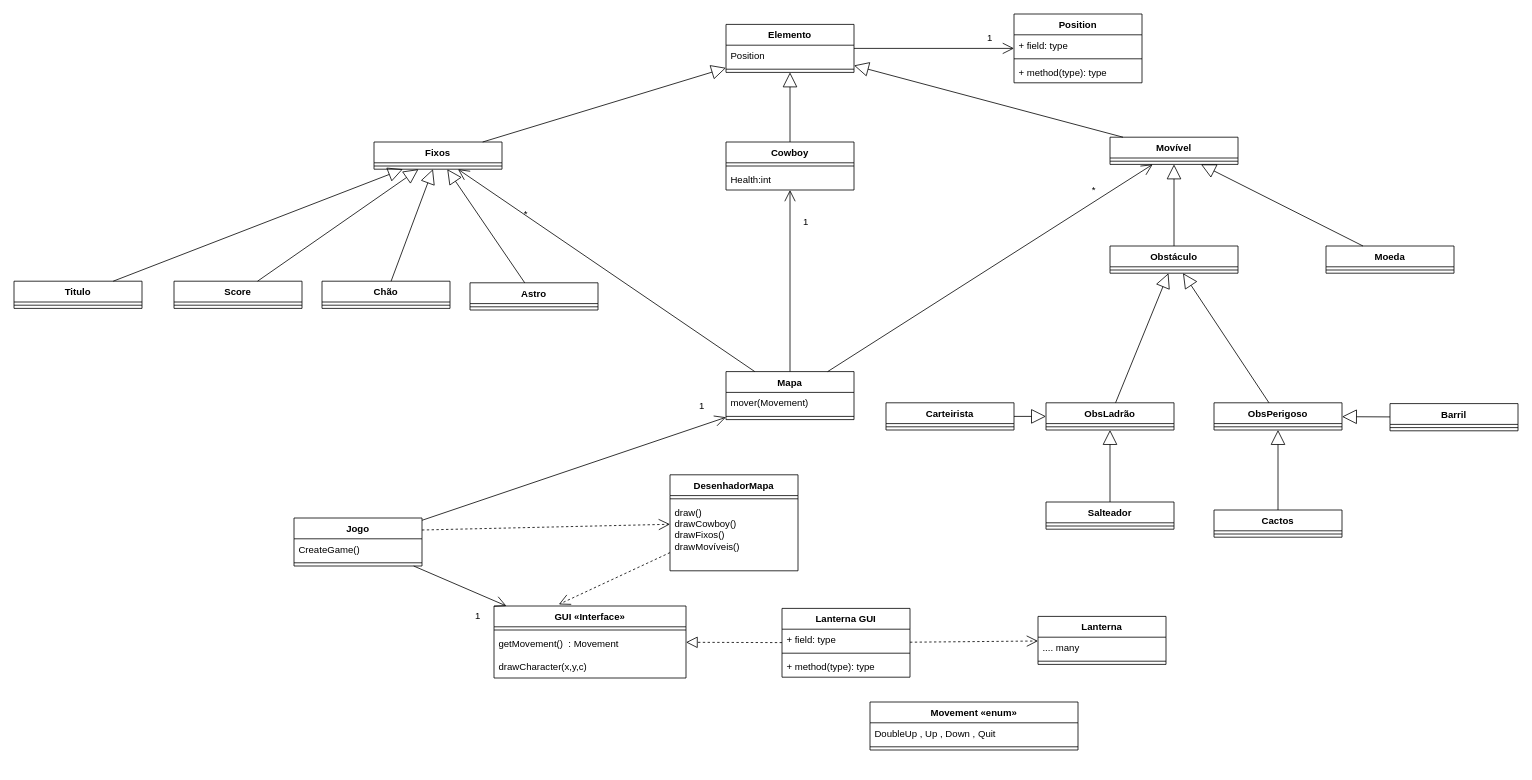
The draw.io diagram docs/DiagramaUML.drawio in vascoG/feup-lpoo, before the edit. Source tidied: cells renumbered, new cells numbered last; positions are measured from the earlier drawing's top-left corner, leaving out a move shared by most shapes. Both pictures are drawn from the tidied source at 80%, with x=0, y=0 at pixel (14, 14).
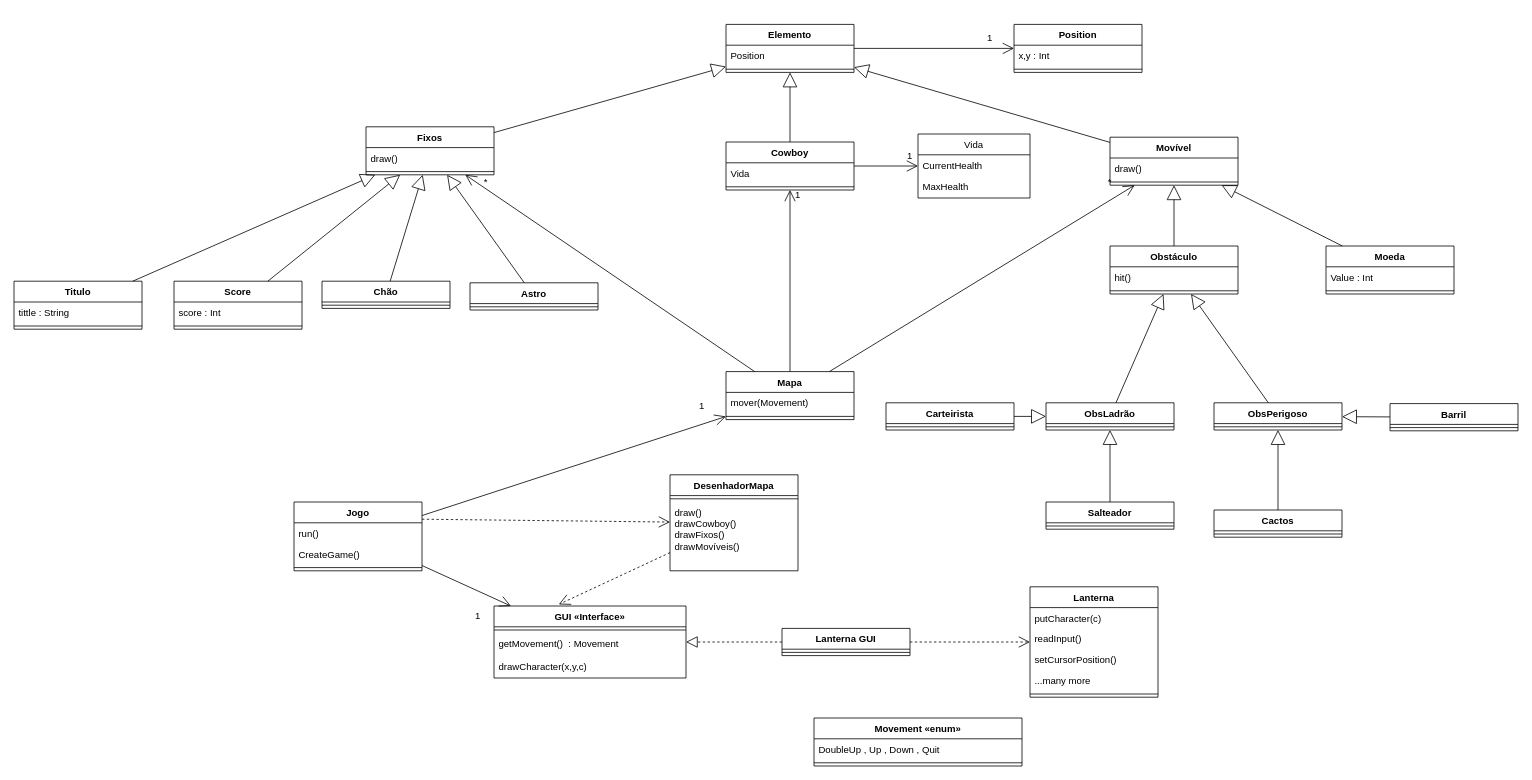
Above is the later version.

The change refers to these unchanged cells:
```xml
<mxCell id="63" value="Cowboy" style="swimlane;fontStyle=1;align=center;verticalAlign=top;horizontal=1;startSize=26;" parent="1" vertex="1">
  <mxGeometry x="890" y="160" width="160" height="60" as="geometry" />
</mxCell>
```

The edit, as a diff of the source:
```diff
@@
     <mxCell id="7" value="Obstáculo" style="swimlane;fontStyle=1;align=center;verticalAlign=top;horizontal=1;startSize=26;" parent="1" vertex="1">
-      <mxGeometry x="1370" y="290" width="160" height="34" as="geometry" />
+      <mxGeometry x="1370" y="290" width="160" height="60" as="geometry" />
     </mxCell>
+    <mxCell id="93" value="hit()" style="text;strokeColor=none;fillColor=none;align=left;verticalAlign=top;spacingLeft=4;spacingRight=4;overflow=hidden;" parent="7" vertex="1">
+      <mxGeometry y="26" width="160" height="26" as="geometry" />
+    </mxCell>
     <mxCell id="8" style="line;strokeWidth=1;fillColor=none;align=left;verticalAlign=middle;spacingTop=-1;spacingLeft=3;spacingRight=3;labelPosition=right;" parent="7" vertex="1">
-      <mxGeometry y="26" width="160" height="8" as="geometry" />
+      <mxGeometry y="52" width="160" height="8" as="geometry" />
     </mxCell>
@@
     <mxCell id="19" value="Moeda" style="swimlane;fontStyle=1;align=center;verticalAlign=top;horizontal=1;startSize=26;" parent="1" vertex="1">
-      <mxGeometry x="1640" y="290" width="160" height="34" as="geometry" />
+      <mxGeometry x="1640" y="290" width="160" height="60" as="geometry" />
     </mxCell>
+    <mxCell id="94" value="Value : Int" style="text;strokeColor=none;fillColor=none;align=left;verticalAlign=top;spacingLeft=4;spacingRight=4;overflow=hidden;" parent="19" vertex="1">
+      <mxGeometry y="26" width="160" height="26" as="geometry" />
+    </mxCell>
     <mxCell id="20" style="line;strokeWidth=1;fillColor=none;align=left;verticalAlign=middle;spacingTop=-1;spacingLeft=3;spacingRight=3;labelPosition=right;" parent="19" vertex="1">
-      <mxGeometry y="26" width="160" height="8" as="geometry" />
+      <mxGeometry y="52" width="160" height="8" as="geometry" />
     </mxCell>
     <mxCell id="21" value="Fixos" style="swimlane;fontStyle=1;align=center;verticalAlign=top;horizontal=1;startSize=26;" parent="1" vertex="1">
-      <mxGeometry x="450" y="160" width="160" height="34" as="geometry" />
+      <mxGeometry x="440" y="141" width="160" height="60" as="geometry" />
     </mxCell>
+    <mxCell id="95" value="draw()" style="text;strokeColor=none;fillColor=none;align=left;verticalAlign=top;spacingLeft=4;spacingRight=4;overflow=hidden;" parent="21" vertex="1">
+      <mxGeometry y="26" width="160" height="26" as="geometry" />
+    </mxCell>
     <mxCell id="22" style="line;strokeWidth=1;fillColor=none;align=left;verticalAlign=middle;spacingTop=-1;spacingLeft=3;spacingRight=3;labelPosition=right;" parent="21" vertex="1">
-      <mxGeometry y="26" width="160" height="8" as="geometry" />
+      <mxGeometry y="52" width="160" height="8" as="geometry" />
     </mxCell>
@@
     <mxCell id="27" value="Movível" style="swimlane;fontStyle=1;align=center;verticalAlign=top;horizontal=1;startSize=26;" parent="1" vertex="1">
-      <mxGeometry x="1370" y="154" width="160" height="34" as="geometry" />
+      <mxGeometry x="1370" y="154" width="160" height="60" as="geometry" />
     </mxCell>
+    <mxCell id="96" value="draw()" style="text;strokeColor=none;fillColor=none;align=left;verticalAlign=top;spacingLeft=4;spacingRight=4;overflow=hidden;" parent="27" vertex="1">
+      <mxGeometry y="26" width="160" height="26" as="geometry" />
+    </mxCell>
     <mxCell id="28" style="line;strokeWidth=1;fillColor=none;align=left;verticalAlign=middle;spacingTop=-1;spacingLeft=3;spacingRight=3;labelPosition=right;" parent="27" vertex="1">
-      <mxGeometry y="26" width="160" height="8" as="geometry" />
+      <mxGeometry y="52" width="160" height="8" as="geometry" />
     </mxCell>
     <mxCell id="29" value="Score" style="swimlane;fontStyle=1;align=center;verticalAlign=top;horizontal=1;startSize=26;" parent="1" vertex="1">
-      <mxGeometry x="200" y="334" width="160" height="34" as="geometry" />
+      <mxGeometry x="200" y="334" width="160" height="60" as="geometry" />
     </mxCell>
+    <mxCell id="97" value="score : Int" style="text;strokeColor=none;fillColor=none;align=left;verticalAlign=top;spacingLeft=4;spacingRight=4;overflow=hidden;" parent="29" vertex="1">
+      <mxGeometry y="26" width="160" height="26" as="geometry" />
+    </mxCell>
     <mxCell id="30" style="line;strokeWidth=1;fillColor=none;align=left;verticalAlign=middle;spacingTop=-1;spacingLeft=3;spacingRight=3;labelPosition=right;" parent="29" vertex="1">
-      <mxGeometry y="26" width="160" height="8" as="geometry" />
+      <mxGeometry y="52" width="160" height="8" as="geometry" />
     </mxCell>
     <mxCell id="31" value="Titulo" style="swimlane;fontStyle=1;align=center;verticalAlign=top;horizontal=1;startSize=26;" parent="1" vertex="1">
-      <mxGeometry y="334" width="160" height="34" as="geometry" />
+      <mxGeometry y="334" width="160" height="60" as="geometry" />
     </mxCell>
+    <mxCell id="98" value="tittle : String" style="text;strokeColor=none;fillColor=none;align=left;verticalAlign=top;spacingLeft=4;spacingRight=4;overflow=hidden;" parent="31" vertex="1">
+      <mxGeometry y="26" width="160" height="26" as="geometry" />
+    </mxCell>
     <mxCell id="32" style="line;strokeWidth=1;fillColor=none;align=left;verticalAlign=middle;spacingTop=-1;spacingLeft=3;spacingRight=3;labelPosition=right;" parent="31" vertex="1">
-      <mxGeometry y="26" width="160" height="8" as="geometry" />
+      <mxGeometry y="52" width="160" height="8" as="geometry" />
     </mxCell>
@@
     <mxCell id="36" value="Jogo" style="swimlane;fontStyle=1;align=center;verticalAlign=top;horizontal=1;startSize=26;" parent="1" vertex="1">
-      <mxGeometry x="350" y="630" width="160" height="60" as="geometry" />
+      <mxGeometry x="350" y="610" width="160" height="86" as="geometry" />
     </mxCell>
+    <mxCell id="99" value="run()" style="text;strokeColor=none;fillColor=none;align=left;verticalAlign=top;spacingLeft=4;spacingRight=4;overflow=hidden;" parent="36" vertex="1">
+      <mxGeometry y="26" width="160" height="26" as="geometry" />
+    </mxCell>
     <mxCell id="37" value="CreateGame()" style="text;strokeColor=none;fillColor=none;align=left;verticalAlign=top;spacingLeft=4;spacingRight=4;overflow=hidden;" parent="36" vertex="1">
-      <mxGeometry y="26" width="160" height="26" as="geometry" />
+      <mxGeometry y="52" width="160" height="26" as="geometry" />
     </mxCell>
     <mxCell id="38" style="line;strokeWidth=1;fillColor=none;align=left;verticalAlign=middle;spacingTop=-1;spacingLeft=3;spacingRight=3;labelPosition=right;" parent="36" vertex="1">
-      <mxGeometry y="52" width="160" height="8" as="geometry" />
+      <mxGeometry y="78" width="160" height="8" as="geometry" />
     </mxCell>
@@
     <mxCell id="45" value="Lanterna GUI" style="swimlane;fontStyle=1;align=center;verticalAlign=top;horizontal=1;startSize=26;" parent="1" vertex="1">
-      <mxGeometry x="960" y="743" width="160" height="86" as="geometry" />
+      <mxGeometry x="960" y="768" width="160" height="34" as="geometry" />
     </mxCell>
-    <mxCell id="46" value="+ field: type" style="text;strokeColor=none;fillColor=none;align=left;verticalAlign=top;spacingLeft=4;spacingRight=4;overflow=hidden;" parent="45" vertex="1">
-      <mxGeometry y="26" width="160" height="26" as="geometry" />
-    </mxCell>
     <mxCell id="47" style="line;strokeWidth=1;fillColor=none;align=left;verticalAlign=middle;spacingTop=-1;spacingLeft=3;spacingRight=3;labelPosition=right;" parent="45" vertex="1">
-      <mxGeometry y="52" width="160" height="8" as="geometry" />
+      <mxGeometry y="26" width="160" height="8" as="geometry" />
     </mxCell>
-    <mxCell id="48" value="+ method(type): type" style="text;strokeColor=none;fillColor=none;align=left;verticalAlign=top;spacingLeft=4;spacingRight=4;overflow=hidden;" parent="45" vertex="1">
-      <mxGeometry y="60" width="160" height="26" as="geometry" />
-    </mxCell>
     <mxCell id="49" value="Movement «enum»" style="swimlane;fontStyle=1;align=center;verticalAlign=top;horizontal=1;startSize=26;" parent="1" vertex="1">
-      <mxGeometry x="1070" y="860" width="260" height="60" as="geometry" />
+      <mxGeometry x="1000" y="880" width="260" height="60" as="geometry" />
     </mxCell>
@@
     <mxCell id="52" value="Lanterna" style="swimlane;fontStyle=1;align=center;verticalAlign=top;horizontal=1;startSize=26;" parent="1" vertex="1">
-      <mxGeometry x="1280" y="753" width="160" height="60" as="geometry" />
+      <mxGeometry x="1270" y="716" width="160" height="138" as="geometry" />
     </mxCell>
-    <mxCell id="53" value=".... many" style="text;strokeColor=none;fillColor=none;align=left;verticalAlign=top;spacingLeft=4;spacingRight=4;overflow=hidden;" parent="52" vertex="1">
-      <mxGeometry y="26" width="160" height="26" as="geometry" />
-    </mxCell>
+    <mxCell id="100" value="putCharacter(c)" style="text;strokeColor=none;fillColor=none;align=left;verticalAlign=top;spacingLeft=4;spacingRight=4;overflow=hidden;" parent="52" vertex="1">
+      <mxGeometry y="26" width="160" height="26" as="geometry" />
+    </mxCell>
+    <mxCell id="101" value="readInput()" style="text;strokeColor=none;fillColor=none;align=left;verticalAlign=top;spacingLeft=4;spacingRight=4;overflow=hidden;" parent="52" vertex="1">
+      <mxGeometry y="52" width="160" height="26" as="geometry" />
+    </mxCell>
+    <mxCell id="102" value="setCursorPosition()" style="text;strokeColor=none;fillColor=none;align=left;verticalAlign=top;spacingLeft=4;spacingRight=4;overflow=hidden;" parent="52" vertex="1">
+      <mxGeometry y="78" width="160" height="26" as="geometry" />
+    </mxCell>
+    <mxCell id="103" value="...many more" style="text;strokeColor=none;fillColor=none;align=left;verticalAlign=top;spacingLeft=4;spacingRight=4;overflow=hidden;" parent="52" vertex="1">
+      <mxGeometry y="104" width="160" height="26" as="geometry" />
+    </mxCell>
     <mxCell id="54" style="line;strokeWidth=1;fillColor=none;align=left;verticalAlign=middle;spacingTop=-1;spacingLeft=3;spacingRight=3;labelPosition=right;" parent="52" vertex="1">
-      <mxGeometry y="52" width="160" height="8" as="geometry" />
+      <mxGeometry y="130" width="160" height="8" as="geometry" />
     </mxCell>
@@
+    <mxCell id="104" value="Vida" style="text;strokeColor=none;fillColor=none;align=left;verticalAlign=top;spacingLeft=4;spacingRight=4;overflow=hidden;" parent="63" vertex="1">
+      <mxGeometry y="26" width="160" height="26" as="geometry" />
+    </mxCell>
     <mxCell id="64" style="line;strokeWidth=1;fillColor=none;align=left;verticalAlign=middle;spacingTop=-1;spacingLeft=3;spacingRight=3;labelPosition=right;" parent="63" vertex="1">
-      <mxGeometry y="26" width="160" height="8" as="geometry" />
+      <mxGeometry y="52" width="160" height="8" as="geometry" />
     </mxCell>
-    <mxCell id="65" value="Health:int " style="text;strokeColor=none;fillColor=none;align=left;verticalAlign=top;spacingLeft=4;spacingRight=4;overflow=hidden;" parent="63" vertex="1">
-      <mxGeometry y="34" width="160" height="26" as="geometry" />
-    </mxCell>
@@
     <mxCell id="67" value="&lt;div&gt;1&lt;/div&gt;" style="text;html=1;strokeColor=none;fillColor=none;align=center;verticalAlign=middle;whiteSpace=wrap;rounded=0;" parent="1" vertex="1">
-      <mxGeometry x="970" y="250" width="40" height="20" as="geometry" />
+      <mxGeometry x="960" y="217" width="40" height="20" as="geometry" />
     </mxCell>
     <mxCell id="68" value="*" style="text;html=1;strokeColor=none;fillColor=none;align=center;verticalAlign=middle;whiteSpace=wrap;rounded=0;" parent="1" vertex="1">
-      <mxGeometry x="620" y="240" width="40" height="20" as="geometry" />
+      <mxGeometry x="570" y="200" width="40" height="20" as="geometry" />
     </mxCell>
@@
     <mxCell id="71" value="*" style="text;html=1;strokeColor=none;fillColor=none;align=center;verticalAlign=middle;whiteSpace=wrap;rounded=0;" parent="1" vertex="1">
-      <mxGeometry x="1330" y="210" width="40" height="20" as="geometry" />
+      <mxGeometry x="1350" y="200" width="40" height="20" as="geometry" />
     </mxCell>
@@
     <mxCell id="75" value="Position" style="swimlane;fontStyle=1;align=center;verticalAlign=top;horizontal=1;startSize=26;fontColor=none;" parent="1" vertex="1">
-      <mxGeometry x="1250" width="160" height="86" as="geometry" />
+      <mxGeometry x="1250" y="13" width="160" height="60" as="geometry" />
     </mxCell>
-    <mxCell id="76" value="+ field: type" style="text;strokeColor=none;fillColor=none;align=left;verticalAlign=top;spacingLeft=4;spacingRight=4;overflow=hidden;" parent="75" vertex="1">
+    <mxCell id="76" value="x,y : Int" style="text;strokeColor=none;fillColor=none;align=left;verticalAlign=top;spacingLeft=4;spacingRight=4;overflow=hidden;" parent="75" vertex="1">
       <mxGeometry y="26" width="160" height="26" as="geometry" />
     </mxCell>
@@
-    <mxCell id="78" value="+ method(type): type" style="text;strokeColor=none;fillColor=none;align=left;verticalAlign=top;spacingLeft=4;spacingRight=4;overflow=hidden;" parent="75" vertex="1">
-      <mxGeometry y="60" width="160" height="26" as="geometry" />
-    </mxCell>
@@
+    <mxCell id="105" style="endArrow=open;endFill=1;endSize=12;html=1;" parent="1" edge="1" source="63" target="107">
+      <mxGeometry relative="1" as="geometry" />
+    </mxCell>
+    <mxCell id="106" value="&lt;div&gt;1&lt;/div&gt;" style="text;html=1;strokeColor=none;fillColor=none;align=center;verticalAlign=middle;whiteSpace=wrap;rounded=0;" parent="1" vertex="1">
+      <mxGeometry x="1100" y="168" width="40" height="20" as="geometry" />
+    </mxCell>
+    <mxCell id="107" value="Vida" style="swimlane;fontStyle=0;horizontal=1;startSize=26;fillColor=none;" parent="1" vertex="1">
+      <mxGeometry x="1130" y="150" width="140" height="80" as="geometry" />
+    </mxCell>
+    <mxCell id="108" value="CurrentHealth" style="text;strokeColor=none;fillColor=none;align=left;verticalAlign=top;spacingLeft=4;spacingRight=4;overflow=hidden;" parent="107" vertex="1">
+      <mxGeometry y="26" width="140" height="26" as="geometry" />
+    </mxCell>
+    <mxCell id="109" value="MaxHealth" style="text;strokeColor=none;fillColor=none;align=left;verticalAlign=top;spacingLeft=4;spacingRight=4;overflow=hidden;" parent="107" vertex="1">
+      <mxGeometry y="52" width="140" height="28" as="geometry" />
+    </mxCell>
```
